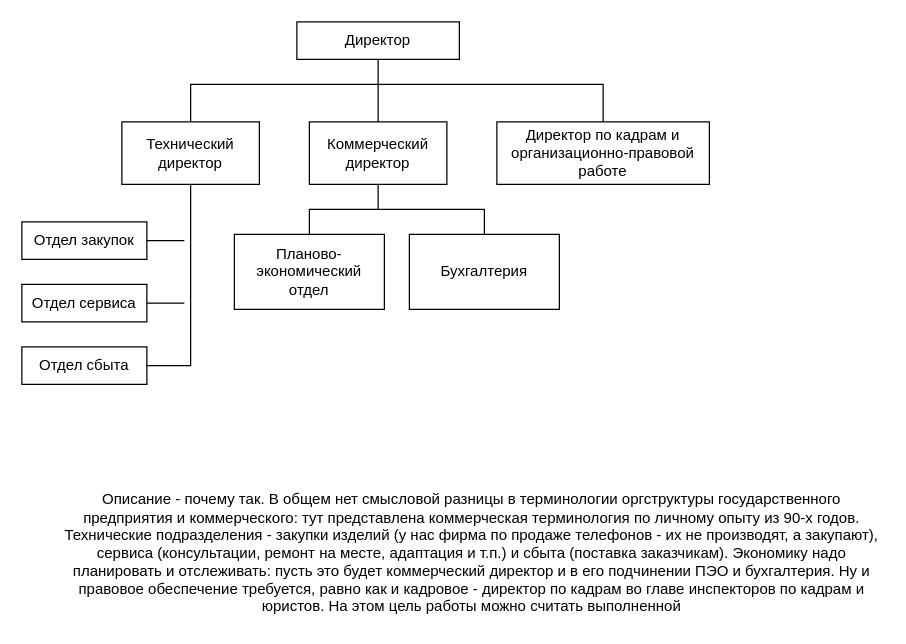
Before: Иерархическая диаграмма.drawio in Eugene-Ternov/AppliedScience, a draw.io diagram. Source tidied: cells renumbered, new cells numbered last; positions are measured from the earlier drawing's top-left corner, leaving out a move shared by most shapes. Both pictures are drawn from the tidied source at 125%, with x=0, y=0 at pixel (21, 21).
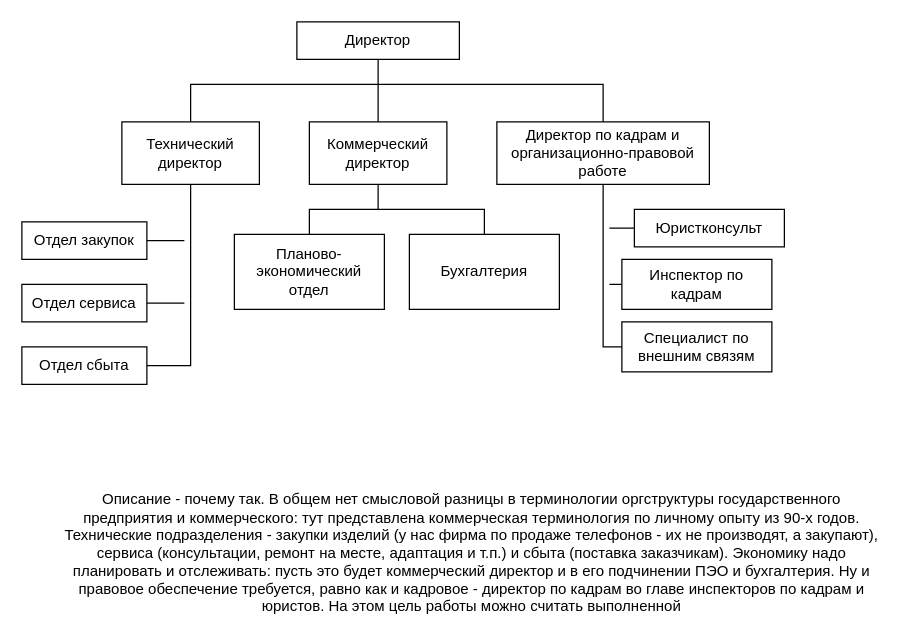
After the change.

Unchanged cells that the change refers to:
```xml
<mxCell id="5" value="Директор по кадрам и организационно-правовой работе" style="rounded=0;whiteSpace=wrap;html=1;" parent="1" vertex="1">
  <mxGeometry x="380" y="80" width="170" height="50" as="geometry" />
</mxCell>
```

Diff of the diagram source:
```diff
@@
+    <mxCell id="19" value="Юристконсульт" style="rounded=0;whiteSpace=wrap;html=1;" parent="1" vertex="1">
+      <mxGeometry x="490" y="150" width="120" height="30" as="geometry" />
+    </mxCell>
+    <mxCell id="20" value="Инспектор по кадрам" style="rounded=0;whiteSpace=wrap;html=1;" parent="1" vertex="1">
+      <mxGeometry x="480" y="190" width="120" height="40" as="geometry" />
+    </mxCell>
+    <mxCell id="21" value="Специалист по внешним связям" style="rounded=0;whiteSpace=wrap;html=1;" parent="1" vertex="1">
+      <mxGeometry x="480" y="240" width="120" height="40" as="geometry" />
+    </mxCell>
+    <mxCell id="22" style="endArrow=none;html=1;rounded=0;entryX=0.5;entryY=1;entryDx=0;entryDy=0;exitX=0;exitY=0.5;exitDx=0;exitDy=0;" parent="1" edge="1" source="21" target="5">
+      <mxGeometry relative="1" as="geometry">
+        <Array as="points">
+          <mxPoint x="465" y="260" />
+        </Array>
+      </mxGeometry>
+    </mxCell>
+    <mxCell id="23" style="endArrow=none;html=1;rounded=0;entryX=0;entryY=0.5;entryDx=0;entryDy=0;" parent="1" edge="1" target="19">
+      <mxGeometry relative="1" as="geometry">
+        <mxPoint x="470" y="165" as="sourcePoint" />
+      </mxGeometry>
+    </mxCell>
+    <mxCell id="24" style="endArrow=none;html=1;rounded=0;entryX=0;entryY=0.5;entryDx=0;entryDy=0;" parent="1" edge="1" target="20">
+      <mxGeometry relative="1" as="geometry">
+        <mxPoint x="470" y="210" as="sourcePoint" />
+      </mxGeometry>
+    </mxCell>
```
